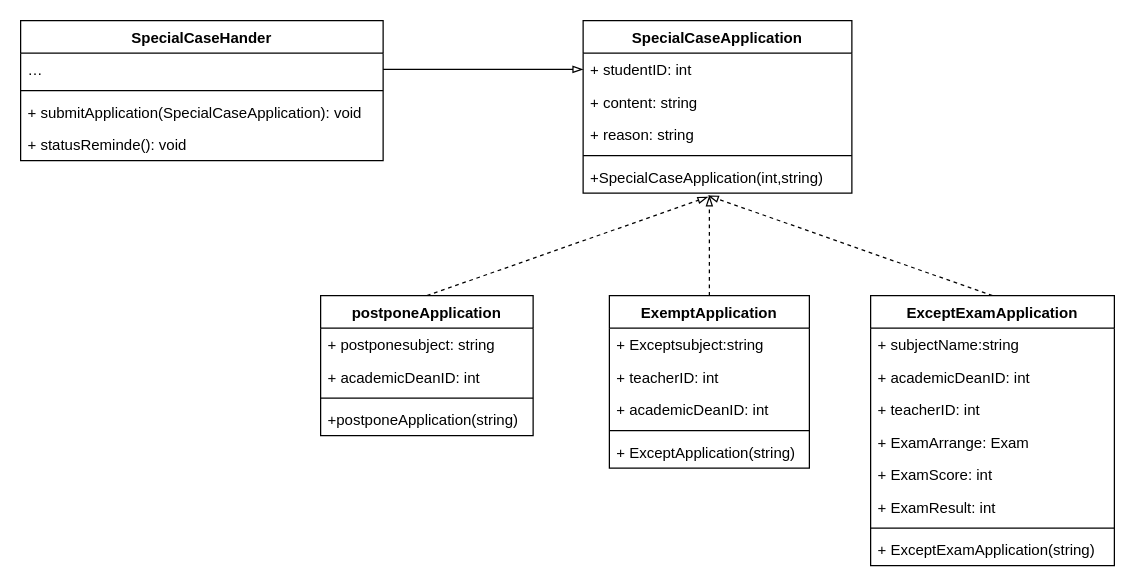
The draw.io diagram page "Page-2" (2 of 6) of 类图/类图.drawio in bupt-juniorTeam/OOAD, before the edit. Source tidied: cells renumbered, new cells numbered last; positions are measured from the earlier drawing's top-left corner, leaving out a move shared by most shapes. Both pictures are drawn from the tidied source at 125%, with x=0, y=0 at pixel (20, 20).
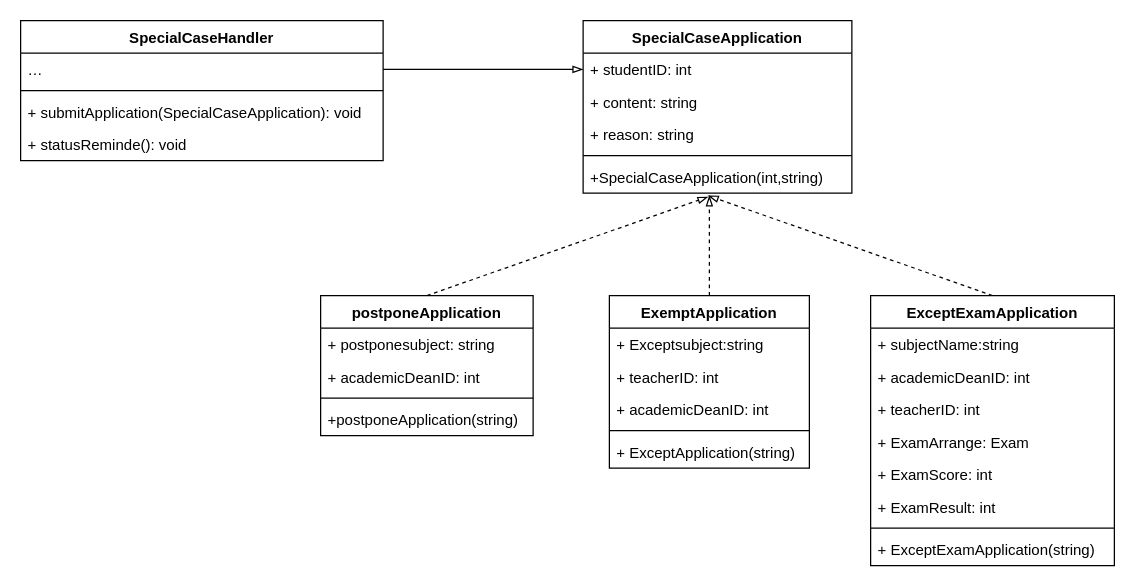
After the change.

The edit, as a diff of the source:
```diff
@@
-    <mxCell id="8" value="SpecialCaseHander" style="swimlane;fontStyle=1;align=center;verticalAlign=top;horizontal=1;startSize=26;" parent="1" vertex="1">
+    <mxCell id="8" value="SpecialCaseHandler" style="swimlane;fontStyle=1;align=center;verticalAlign=top;horizontal=1;startSize=26;" parent="1" vertex="1">
       <mxGeometry width="290" height="112" as="geometry" />
     </mxCell>
```
